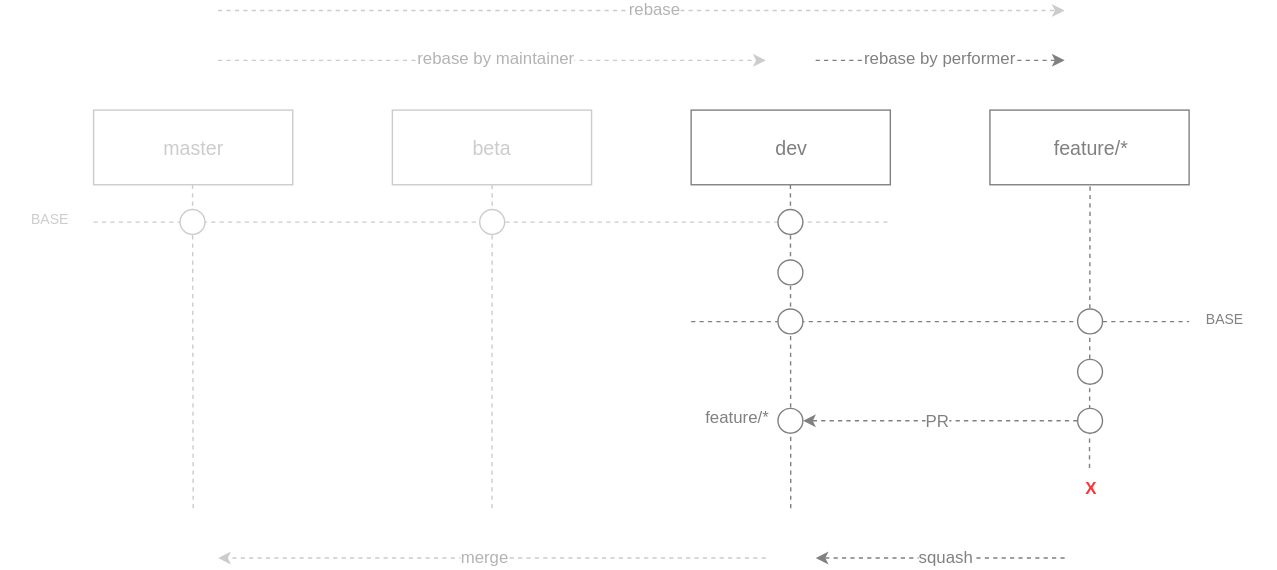
Earlier version of the draw.io export gitflow-v2.0.0.svg (ajile/draw-io). Source tidied: cells renumbered, new cells last; positions are measured from the earlier drawing's top-left corner, leaving out a move shared by most shapes.
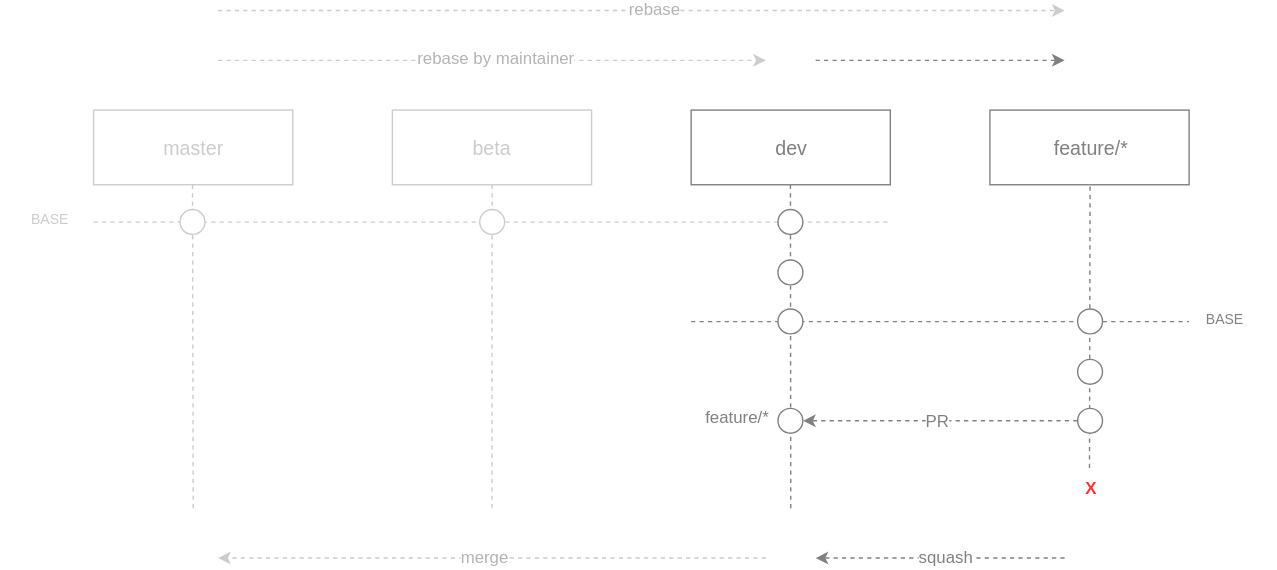
After the change.

Change to the diagram source:
```diff
@@ -143,11 +143,6 @@
         <mxPoint x="759.8" y="35.5" as="targetPoint" />
       </mxGeometry>
     </mxCell>
-    <mxCell id="36" value="rebase by&amp;nbsp;&lt;span&gt;performer&lt;/span&gt;" style="text;html=1;align=center;verticalAlign=middle;labelBackgroundColor=#ffffff;fontSize=12;fontColor=#808080;" parent="35" vertex="1">
-      <mxGeometry x="0.07" relative="1" as="geometry">
-        <mxPoint x="-7" y="-2" as="offset" />
-      </mxGeometry>
-    </mxCell>
     <mxCell id="37" value="X" style="text;html=1;strokeColor=none;fillColor=none;align=center;verticalAlign=middle;whiteSpace=wrap;labelBackgroundColor=#ffffff;fontSize=12;fontColor=#FF3333;fontStyle=1;" parent="2" vertex="1">
       <mxGeometry x="752.4" y="327.9" width="50.4" height="25.2" as="geometry" />
     </mxCell>
```
